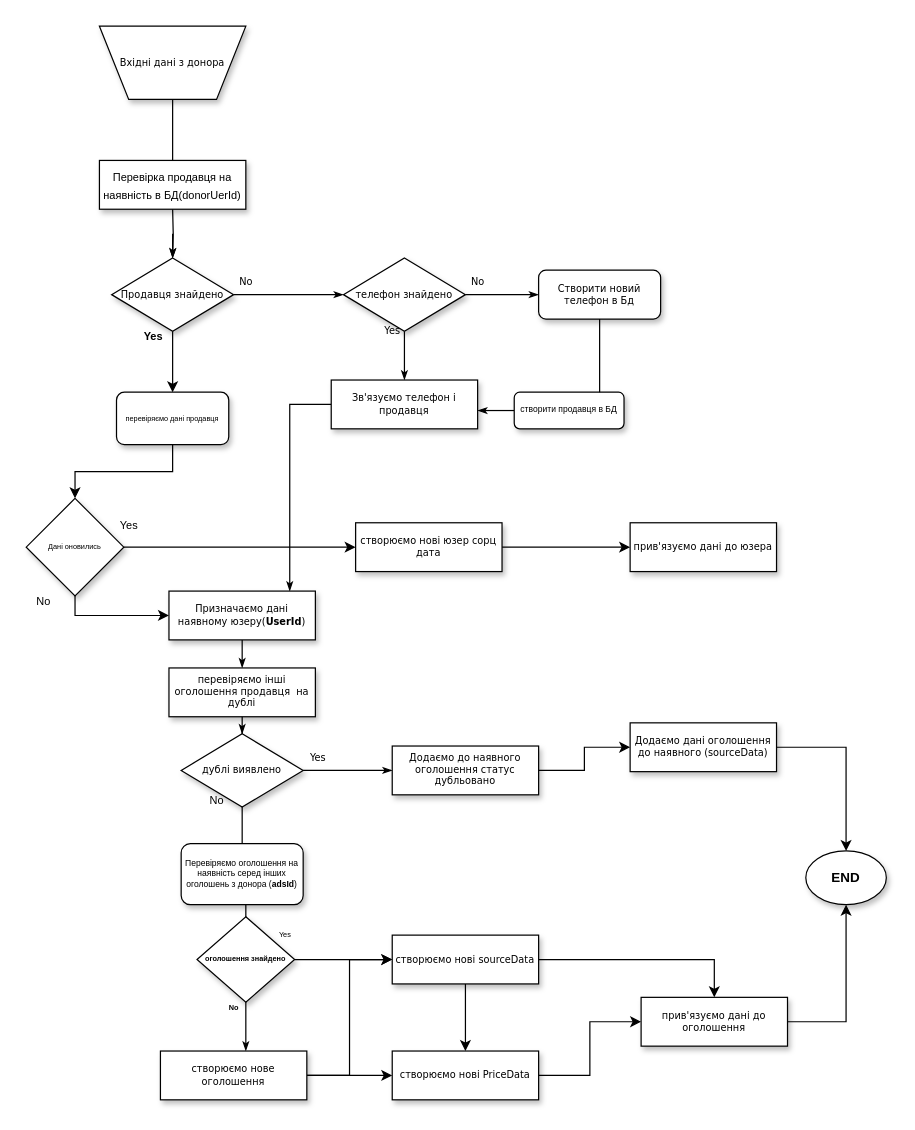
The draw.io diagram Диаграмма без названия.drawio in Dromich/car_dog_diagram, before the edit. Source tidied: cells renumbered, new cells numbered last; positions are measured from the earlier drawing's top-left corner, leaving out a move shared by most shapes. Both pictures are drawn from the tidied source at 122%, with x=0, y=0 at pixel (26, 26).
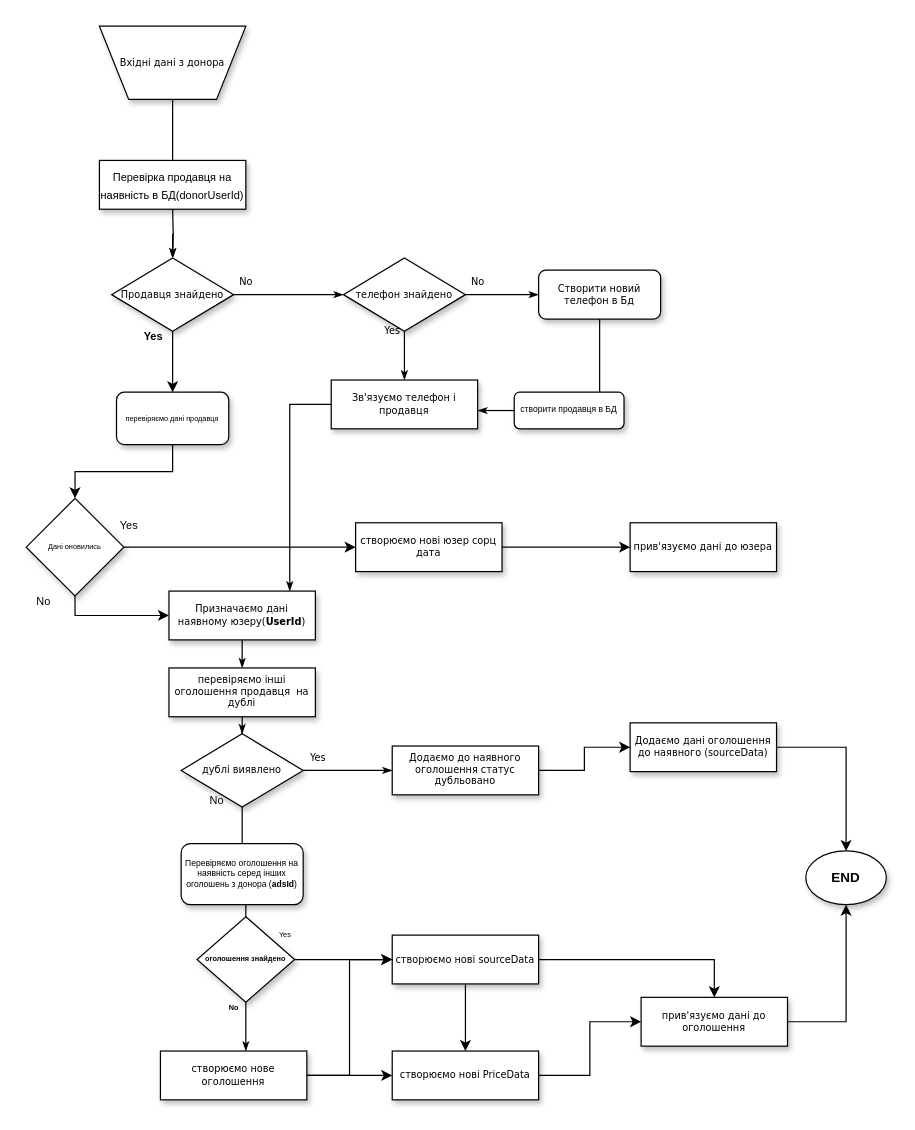
The same page after the edit.

Change to the diagram source:
```diff
@@
-    <mxCell id="28" value="&lt;font style=&quot;font-size: 9px;&quot;&gt;Перевірка продавця на наявність в БД(donorUerId)&lt;/font&gt;" style="rounded=0;whiteSpace=wrap;html=1;shadow=1;" parent="1" vertex="1">
+    <mxCell id="28" value="&lt;font style=&quot;font-size: 9px;&quot;&gt;Перевірка продавця на наявність в БД(donorUserId)&lt;/font&gt;" style="rounded=0;whiteSpace=wrap;html=1;shadow=1;" parent="1" vertex="1">
       <mxGeometry x="60" y="110" width="120" height="40" as="geometry" />
     </mxCell>
```
